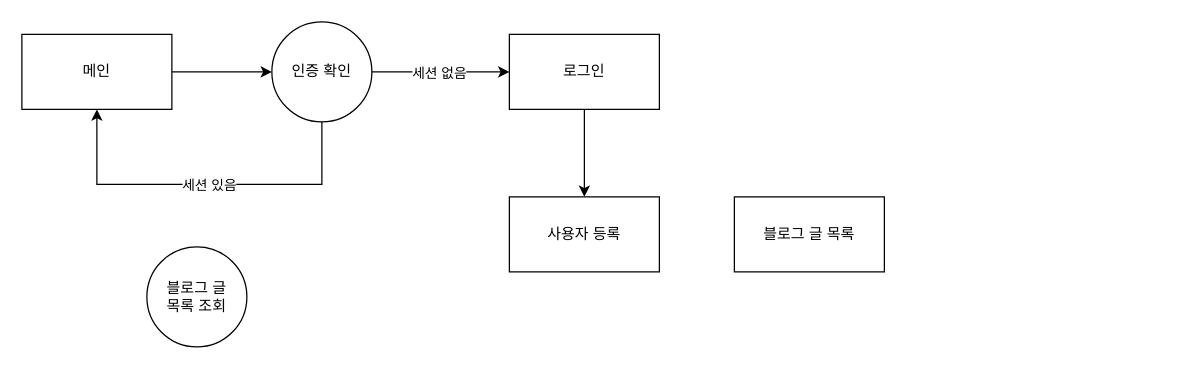
ordem-yoo/my_diagram keeps this draw.io diagram as 제목 없는 다이어그램.drawio. Above is the earlier version. Source tidied: cells renumbered, new cells numbered last; positions are measured from the earlier drawing's top-left corner, leaving out a move shared by most shapes. Both pictures are drawn from the tidied source at 125%, with x=0, y=0 at pixel (21, 21).
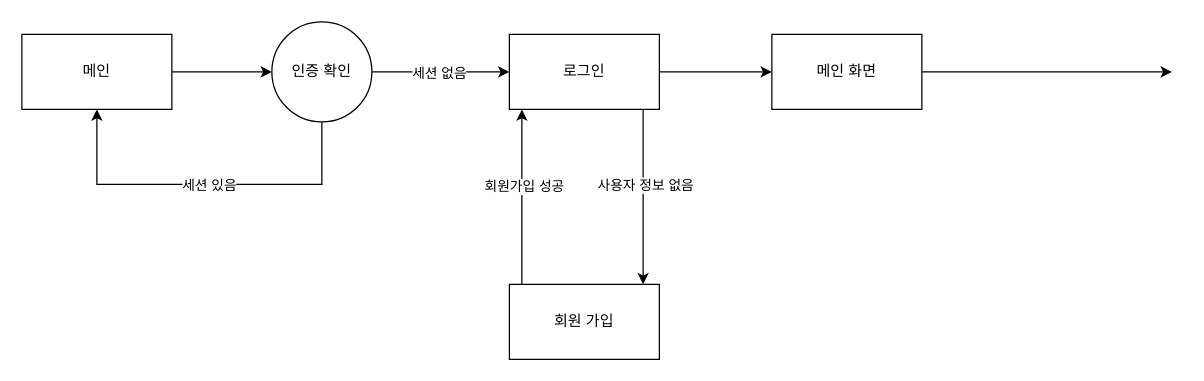
After the change.

Unchanged cells that the change refers to:
```xml
<mxCell id="5" value="로그인" style="rounded=0;whiteSpace=wrap;html=1;" parent="1" vertex="1">
  <mxGeometry x="390" y="10" width="120" height="60" as="geometry" />
</mxCell>
```

What changed in the source:
```diff
@@
-    <mxCell id="3" value="블로그 글 목록" style="rounded=0;whiteSpace=wrap;html=1;" parent="1" vertex="1">
-      <mxGeometry x="570" y="140" width="120" height="60" as="geometry" />
-    </mxCell>
-    <mxCell id="4" value="블로그 글 &lt;br&gt;목록 조회" style="ellipse;whiteSpace=wrap;html=1;" parent="1" vertex="1">
-      <mxGeometry x="100" y="180" width="80" height="80" as="geometry" />
-    </mxCell>
@@
-    <mxCell id="6" value="사용자 등록" style="rounded=0;whiteSpace=wrap;html=1;" parent="1" vertex="1">
-      <mxGeometry x="390" y="140" width="120" height="60" as="geometry" />
+    <mxCell id="6" value="회원 가입" style="rounded=0;whiteSpace=wrap;html=1;" parent="1" vertex="1">
+      <mxGeometry x="390" y="210" width="120" height="60" as="geometry" />
     </mxCell>
@@
-    <mxCell id="13" style="endArrow=classic;html=1;rounded=0;exitX=0.5;exitY=1;exitDx=0;exitDy=0;entryX=0.5;entryY=0;entryDx=0;entryDy=0;" parent="1" edge="1" source="5" target="6">
-      <mxGeometry relative="1" as="geometry" />
+    <mxCell id="13" style="endArrow=classic;html=1;rounded=0;exitX=0.5;exitY=1;exitDx=0;exitDy=0;entryX=0.5;entryY=0;entryDx=0;entryDy=0;" parent="1" edge="1">
+      <mxGeometry relative="1" as="geometry">
+        <mxPoint x="497" y="70" as="sourcePoint" />
+        <mxPoint x="497" y="210" as="targetPoint" />
+      </mxGeometry>
     </mxCell>
+    <mxCell id="14" value="사용자 정보 없음" style="edgeLabel;html=1;align=center;verticalAlign=middle;" parent="13" vertex="1">
+      <mxGeometry x="-0.09" y="1" relative="1" as="geometry">
+        <mxPoint y="-4" as="offset" />
+      </mxGeometry>
+    </mxCell>
+    <mxCell id="15" style="endArrow=classic;html=1;rounded=0;exitX=0.25;exitY=0;exitDx=0;exitDy=0;entryX=0.25;entryY=1;entryDx=0;entryDy=0;" parent="1" edge="1">
+      <mxGeometry relative="1" as="geometry">
+        <mxPoint x="400" y="210" as="sourcePoint" />
+        <mxPoint x="400" y="70" as="targetPoint" />
+      </mxGeometry>
+    </mxCell>
+    <mxCell id="16" value="회원가입 성공" style="edgeLabel;html=1;align=center;verticalAlign=middle;" parent="15" vertex="1">
+      <mxGeometry x="0.13" y="-1" relative="1" as="geometry" />
+    </mxCell>
+    <mxCell id="17" value="메인 화면" style="rounded=0;whiteSpace=wrap;html=1;" parent="1" vertex="1">
+      <mxGeometry x="600" y="10" width="120" height="60" as="geometry" />
+    </mxCell>
+    <mxCell id="18" style="endArrow=classic;html=1;rounded=0;exitX=1;exitY=0.5;exitDx=0;exitDy=0;entryX=0;entryY=0.5;entryDx=0;entryDy=0;" parent="1" edge="1" source="5" target="17">
+      <mxGeometry relative="1" as="geometry" />
+    </mxCell>
+    <mxCell id="19" style="endArrow=classic;html=1;rounded=0;exitX=1;exitY=0.5;exitDx=0;exitDy=0;" parent="1" edge="1" source="17">
+      <mxGeometry relative="1" as="geometry">
+        <mxPoint x="920" y="40" as="targetPoint" />
+      </mxGeometry>
+    </mxCell>
```
